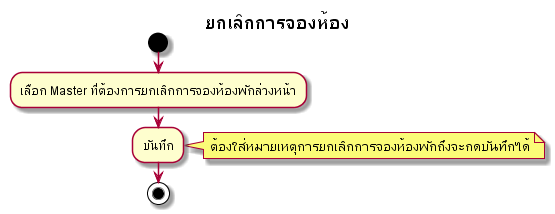
cheat13/Prompiman_Diagram keeps this PlantUML diagram as out/activity-diagram/reservation/cancelreservation/ยกเลิกการจองห้อง.png. Above is the earlier version.
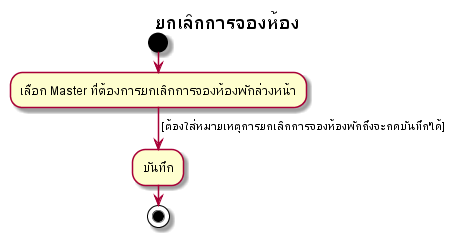
After the commit.

What changed in the source:
```diff
@@ -2,9 +2,9 @@
 title ยกเลิกการจองห้อง
 start
 :เลือก Master ที่ต้องการยกเลิกการจองห้องพักล่วงหน้า;
+-> [ต้องใส่หมายเหตุการยกเลิกการจองห้องพักถึงจะกดบันทึกได้];
 :บันทึก;
-note right
-ต้องใส่หมายเหตุการยกเลิกการจองห้องพักถึงจะกดบันทึกได้
-end note
+
+
 stop
 @enduml
```
